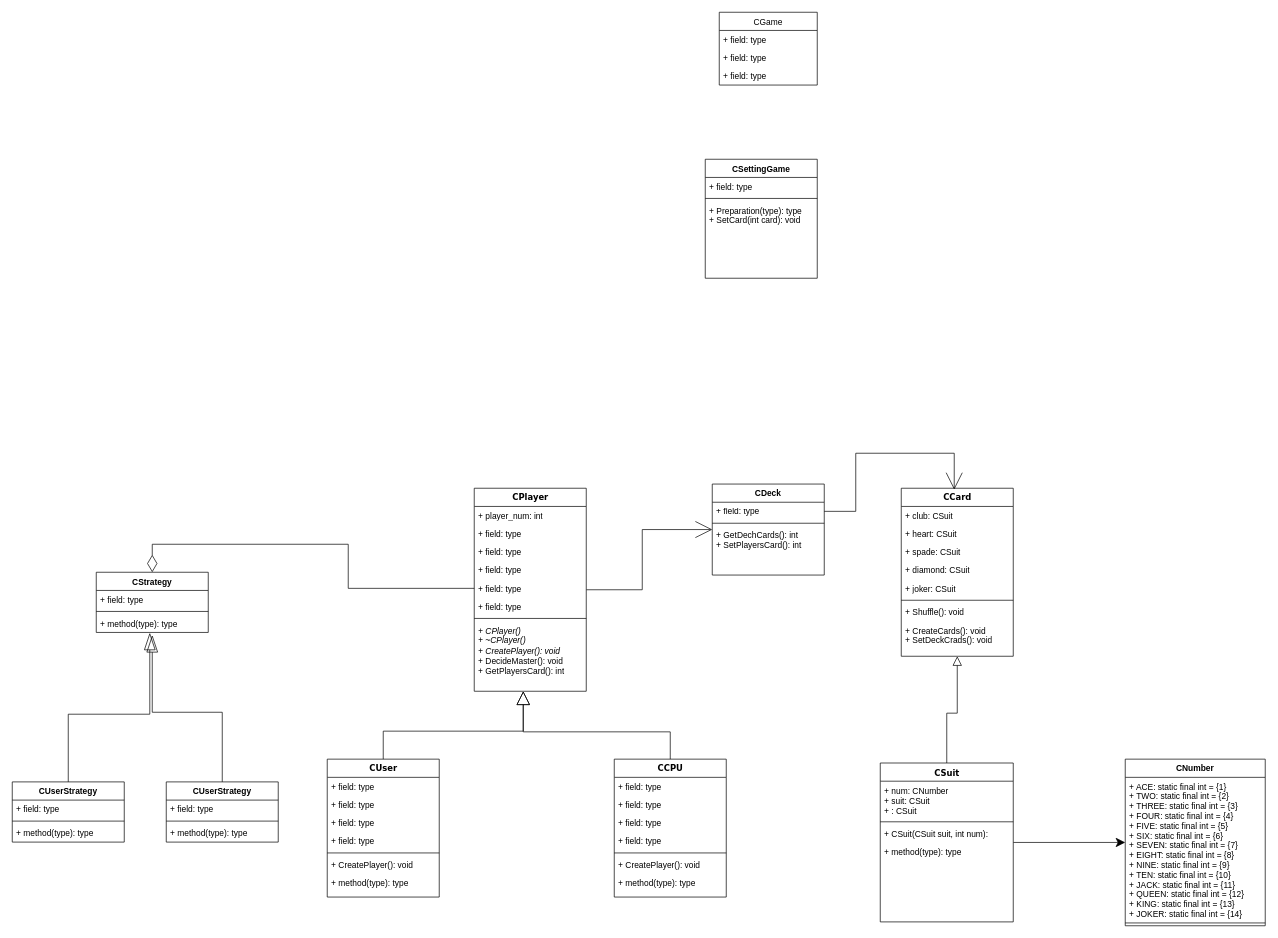
Earlier version of the draw.io diagram SevenBrridgeGame.drawio (shihopiyopiyo/TFGami). Source tidied: cells renumbered, new cells numbered last; positions are measured from the earlier drawing's top-left corner, leaving out a move shared by most shapes. Both pictures are drawn from the tidied source at 70%, with x=0, y=0 at pixel (12, 12).
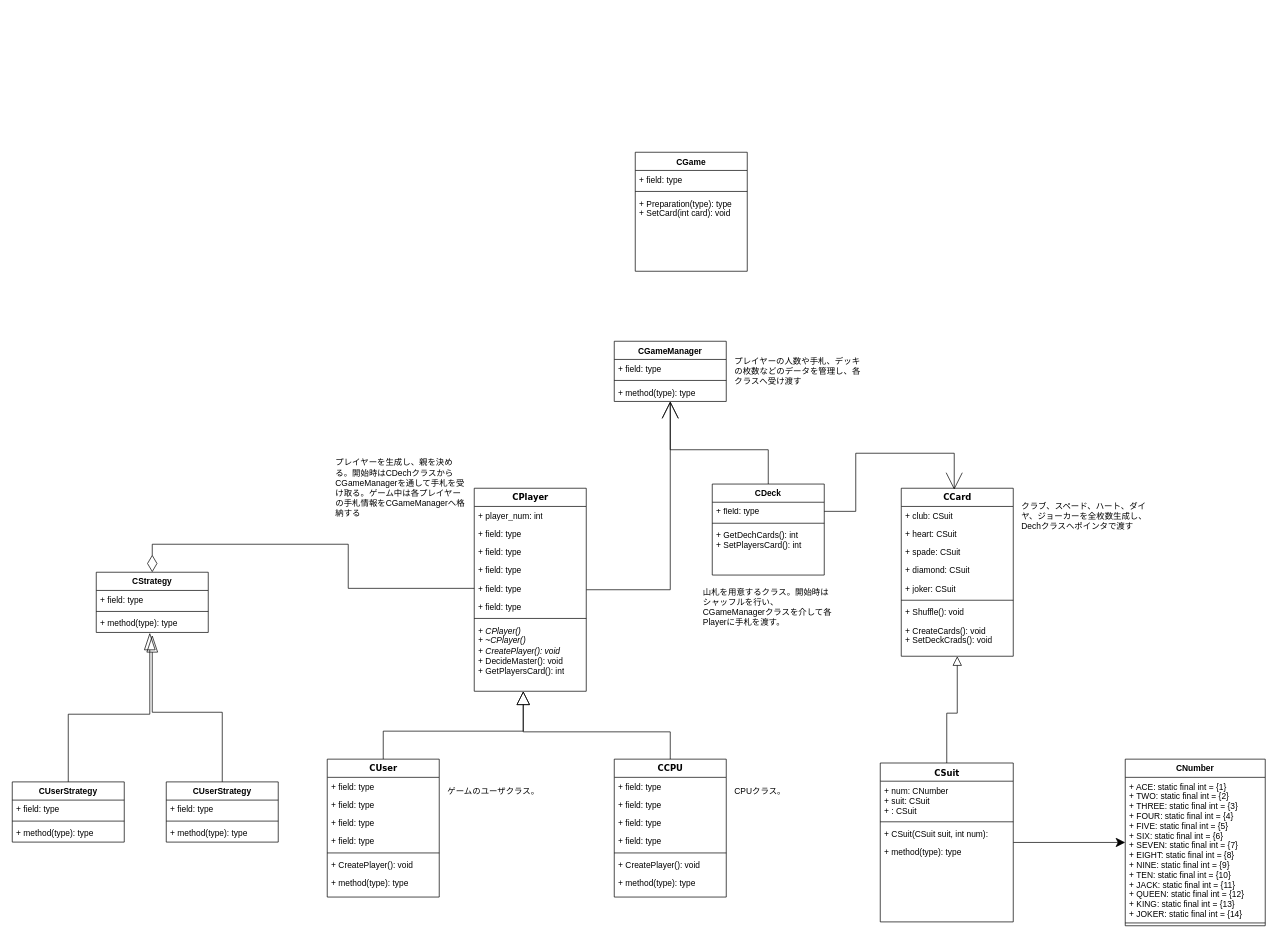
After the change.

Commit message:
コメント追記

Unchanged cells that the change refers to:
```xml
<mxCell id="12" value="CPlayer" style="swimlane;html=1;fontStyle=1;align=center;verticalAlign=top;horizontal=1;startSize=26;swimlaneFillColor=#ffffff;rounded=0;shadow=0;comic=0;labelBackgroundColor=none;strokeWidth=1;fillColor=none;fontFamily=Verdana;fontSize=12;" parent="1" vertex="1">
  <mxGeometry x="660" y="680" width="160" height="290" as="geometry" />
</mxCell>
<mxCell id="72" value="CDeck" style="swimlane;fontStyle=1;align=center;verticalAlign=top;horizontal=1;startSize=26;" parent="1" vertex="1">
  <mxGeometry x="1000" y="674" width="160" height="130" as="geometry" />
</mxCell>
```

Change to the diagram source:
```diff
@@
-    <mxCell id="11" style="edgeStyle=orthogonalEdgeStyle;rounded=0;jettySize=auto;html=1;startSize=6;endArrow=open;endFill=0;endSize=22;strokeWidth=1;" parent="1" edge="1" source="12" target="72">
-      <mxGeometry relative="1" as="geometry" />
-    </mxCell>
+    <mxCell id="77" style="edgeStyle=orthogonalEdgeStyle;rounded=0;jettySize=auto;html=1;startSize=6;endArrow=open;endFill=0;endSize=22;strokeWidth=1;" parent="1" edge="1" source="12" target="79">
+      <mxGeometry relative="1" as="geometry" />
+    </mxCell>
@@
-    <mxCell id="49" value="CSettingGame" style="swimlane;fontStyle=1;align=center;verticalAlign=top;horizontal=1;startSize=26;" parent="1" vertex="1">
-      <mxGeometry x="990" y="210" width="160" height="170" as="geometry" />
+    <mxCell id="49" value="CGame" style="swimlane;fontStyle=1;align=center;verticalAlign=top;horizontal=1;startSize=26;" parent="1" vertex="1">
+      <mxGeometry x="890" y="200" width="160" height="170" as="geometry" />
     </mxCell>
@@
-    <mxCell id="53" value="CGame" style="swimlane;fontStyle=0;horizontal=1;startSize=26;fillColor=none;" parent="1" vertex="1">
-      <mxGeometry x="1010" width="140" height="104" as="geometry" />
-    </mxCell>
-    <mxCell id="54" value="+ field: type" style="text;strokeColor=none;fillColor=none;align=left;verticalAlign=top;spacingLeft=4;spacingRight=4;overflow=hidden;" parent="53" vertex="1">
-      <mxGeometry y="26" width="140" height="26" as="geometry" />
-    </mxCell>
-    <mxCell id="55" value="+ field: type" style="text;strokeColor=none;fillColor=none;align=left;verticalAlign=top;spacingLeft=4;spacingRight=4;overflow=hidden;" parent="53" vertex="1">
-      <mxGeometry y="52" width="140" height="26" as="geometry" />
-    </mxCell>
-    <mxCell id="56" value="+ field: type" style="text;strokeColor=none;fillColor=none;align=left;verticalAlign=top;spacingLeft=4;spacingRight=4;overflow=hidden;" parent="53" vertex="1">
-      <mxGeometry y="78" width="140" height="26" as="geometry" />
-    </mxCell>
@@
+    <mxCell id="78" style="edgeStyle=orthogonalEdgeStyle;rounded=0;jettySize=auto;html=1;startSize=6;endArrow=open;endFill=0;endSize=22;strokeWidth=1;" parent="1" edge="1" source="72" target="79">
+      <mxGeometry relative="1" as="geometry" />
+    </mxCell>
@@
+    <mxCell id="79" value="CGameManager" style="swimlane;fontStyle=1;align=center;verticalAlign=top;horizontal=1;startSize=26;" parent="1" vertex="1">
+      <mxGeometry x="860" y="470" width="160" height="86" as="geometry" />
+    </mxCell>
+    <mxCell id="80" value="+ field: type" style="text;strokeColor=none;fillColor=none;align=left;verticalAlign=top;spacingLeft=4;spacingRight=4;overflow=hidden;" parent="79" vertex="1">
+      <mxGeometry y="26" width="160" height="26" as="geometry" />
+    </mxCell>
+    <mxCell id="81" style="line;strokeWidth=1;fillColor=none;align=left;verticalAlign=middle;spacingTop=-1;spacingLeft=3;spacingRight=3;labelPosition=right;" parent="79" vertex="1">
+      <mxGeometry y="52" width="160" height="8" as="geometry" />
+    </mxCell>
+    <mxCell id="82" value="+ method(type): type" style="text;strokeColor=none;fillColor=none;align=left;verticalAlign=top;spacingLeft=4;spacingRight=4;overflow=hidden;" parent="79" vertex="1">
+      <mxGeometry y="60" width="160" height="26" as="geometry" />
+    </mxCell>
+    <mxCell id="83" value="プレイヤーの人数や手札、デッキの枚数などのデータを管理し、各クラスへ受け渡す" style="text;html=1;strokeColor=none;fillColor=none;align=left;verticalAlign=middle;whiteSpace=wrap;rounded=0;" parent="1" vertex="1">
+      <mxGeometry x="1030" y="493" width="190" height="40" as="geometry" />
+    </mxCell>
+    <mxCell id="84" value="クラブ、スペード、ハート、ダイヤ、ジョーカーを全枚数生成し、Dechクラスへポインタで渡す" style="text;html=1;strokeColor=none;fillColor=none;align=left;verticalAlign=middle;whiteSpace=wrap;rounded=0;" parent="1" vertex="1">
+      <mxGeometry x="1440" y="700" width="190" height="40" as="geometry" />
+    </mxCell>
+    <mxCell id="85" value="山札を用意するクラス。開始時はシャッフルを行い、CGameManagerクラスを介して各Playerに手札を渡す。" style="text;html=1;strokeColor=none;fillColor=none;align=left;verticalAlign=middle;whiteSpace=wrap;rounded=0;" parent="1" vertex="1">
+      <mxGeometry x="985" y="820" width="190" height="60" as="geometry" />
+    </mxCell>
+    <mxCell id="86" value="プレイヤーを生成し、親を決める。開始時はCDechクラスからCGameManagerを通して手札を受け取る。ゲーム中は各プレイヤーの手札情報をCGameManagerへ格納する" style="text;html=1;strokeColor=none;fillColor=none;align=left;verticalAlign=middle;whiteSpace=wrap;rounded=0;" parent="1" vertex="1">
+      <mxGeometry x="460" y="640" width="190" height="80" as="geometry" />
+    </mxCell>
+    <mxCell id="87" value="ゲームのユーザクラス。" style="text;html=1;strokeColor=none;fillColor=none;align=left;verticalAlign=middle;whiteSpace=wrap;rounded=0;" parent="1" vertex="1">
+      <mxGeometry x="620" y="1072.5" width="190" height="80" as="geometry" />
+    </mxCell>
+    <mxCell id="88" value="CPUクラス。" style="text;html=1;strokeColor=none;fillColor=none;align=left;verticalAlign=middle;whiteSpace=wrap;rounded=0;" parent="1" vertex="1">
+      <mxGeometry x="1030" y="1072.5" width="190" height="80" as="geometry" />
+    </mxCell>
```
